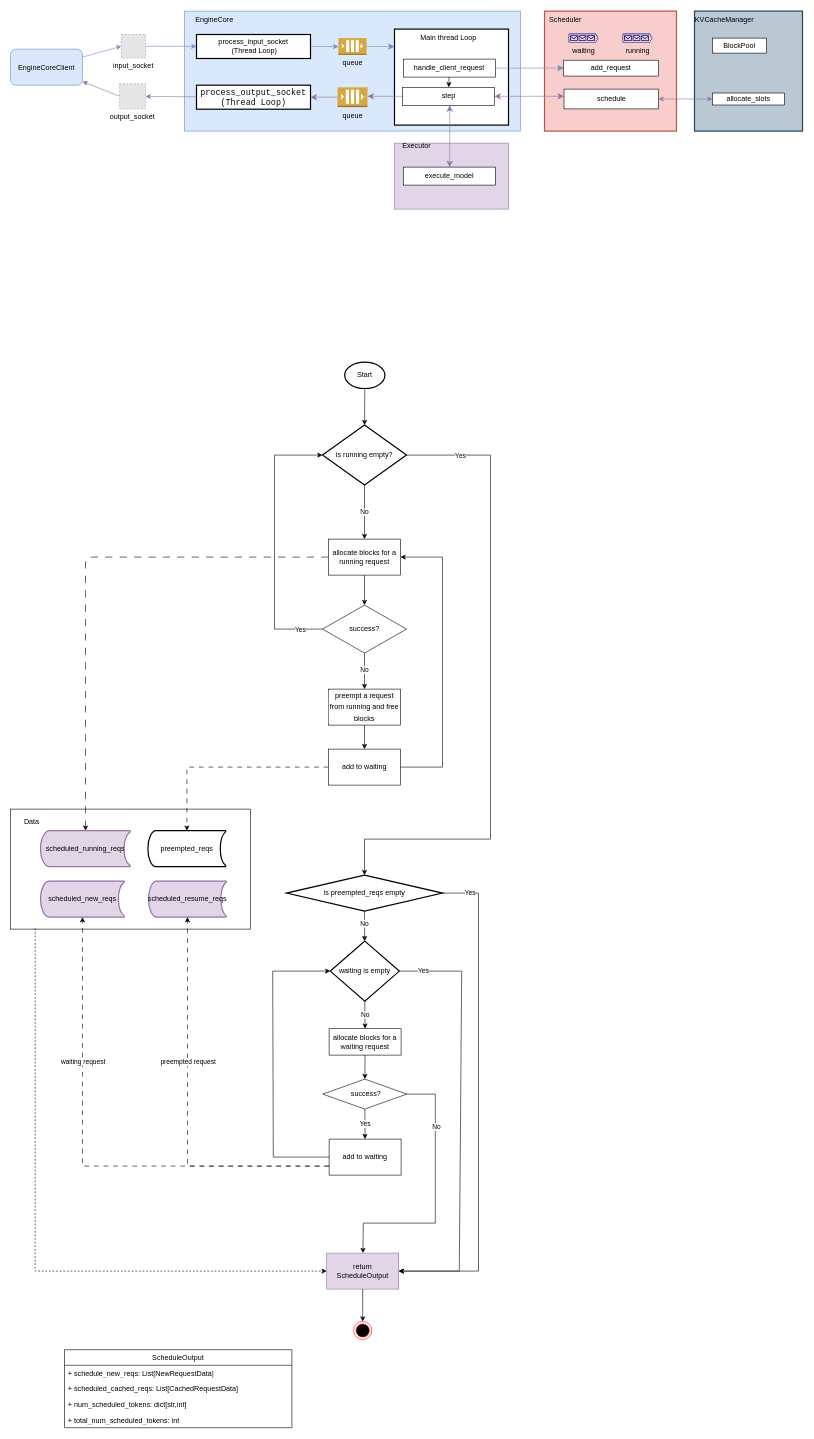
The draw.io diagram page "Scheduler" (4 of 13) of vllm/engine/vllm.drawio in chaojun-zhang/vllm, before the edit. Source tidied: cells renumbered, new cells numbered last; positions are measured from the earlier drawing's top-left corner, leaving out a move shared by most shapes. Both pictures are drawn from the tidied source at 60%, with x=0, y=0 at pixel (10, 11). Pictures stored in the file or linked from it are replaced by grey dashed boxes.
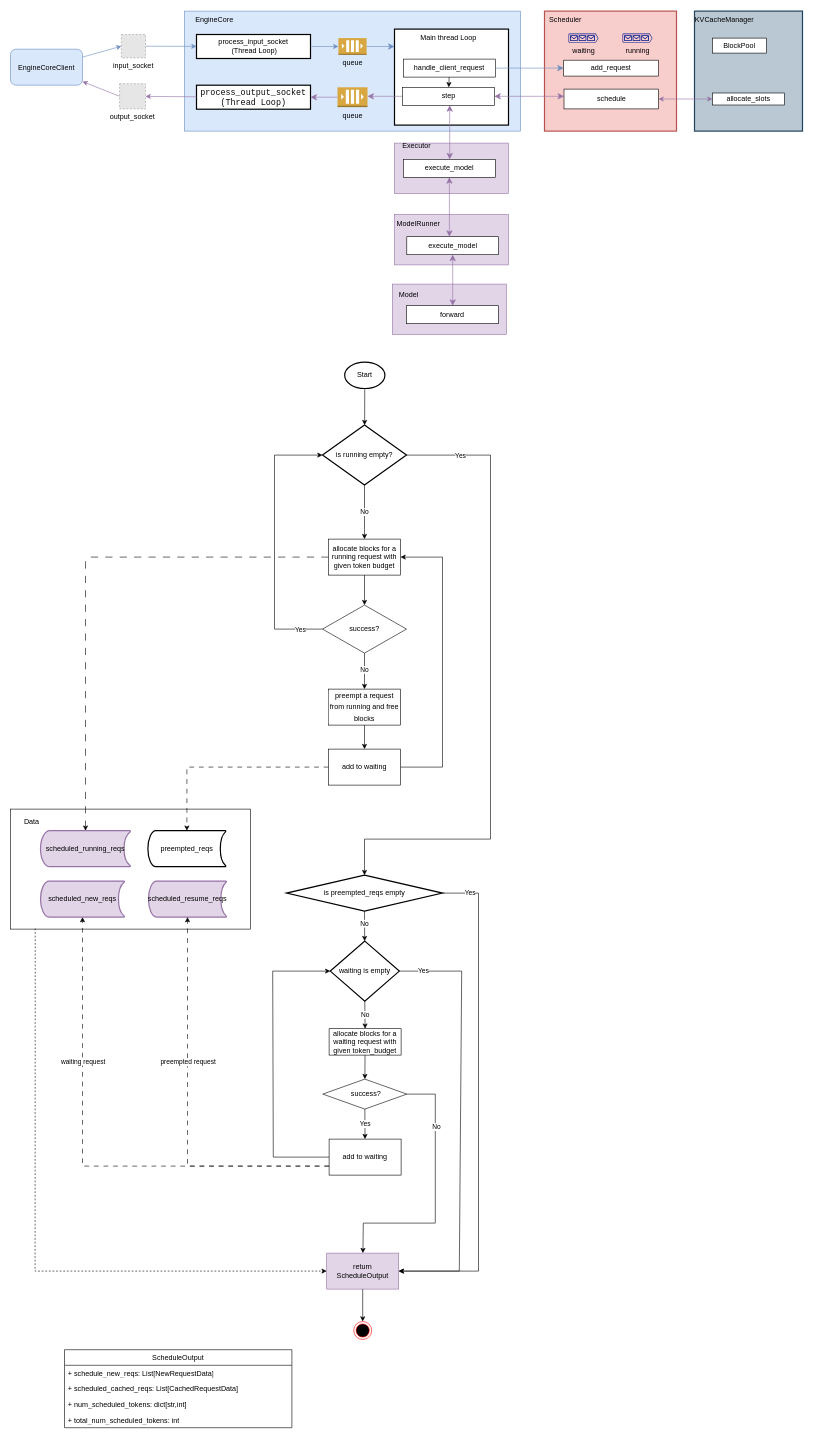
The same diagram, later.

Diff of the diagram source:
```diff
@@
     <mxCell id="3" style="rounded=0;whiteSpace=wrap;html=1;fillColor=#e1d5e7;strokeColor=#9673a6;" parent="1" vertex="1">
-      <mxGeometry x="640" y="220" width="190" height="110" as="geometry" />
+      <mxGeometry x="640" y="220" width="190" height="84" as="geometry" />
     </mxCell>
@@
     <mxCell id="42" value="&lt;div&gt;execute_model&lt;/div&gt;" style="rounded=0;whiteSpace=wrap;html=1;" parent="1" vertex="1">
-      <mxGeometry x="655" y="260" width="153" height="30" as="geometry" />
+      <mxGeometry x="655" y="247" width="153" height="30" as="geometry" />
     </mxCell>
-    <mxCell id="43" value="allocate blocks for a running request" style="rounded=0;whiteSpace=wrap;html=1;" parent="1" vertex="1">
+    <mxCell id="43" value="allocate blocks for a running request with given token budget" style="rounded=0;whiteSpace=wrap;html=1;" parent="1" vertex="1">
       <mxGeometry x="530" y="880" width="120" height="60" as="geometry" />
     </mxCell>
@@
-    <mxCell id="56" value="allocate blocks for a waiting request" style="rounded=0;whiteSpace=wrap;html=1;" parent="1" vertex="1">
+    <mxCell id="56" value="allocate blocks for a waiting request with given token_budget" style="rounded=0;whiteSpace=wrap;html=1;" parent="1" vertex="1">
       <mxGeometry x="531" y="1696" width="120" height="44" as="geometry" />
     </mxCell>
@@
+    <mxCell id="98" style="rounded=0;whiteSpace=wrap;html=1;fillColor=#e1d5e7;strokeColor=#9673a6;" parent="1" vertex="1">
+      <mxGeometry x="640" y="339" width="190" height="84" as="geometry" />
+    </mxCell>
+    <mxCell id="99" value="ModelRunner" style="text;html=1;align=center;verticalAlign=middle;whiteSpace=wrap;rounded=0;" parent="1" vertex="1">
+      <mxGeometry x="650" y="339" width="60" height="30" as="geometry" />
+    </mxCell>
+    <mxCell id="100" value="&lt;div&gt;execute_model&lt;/div&gt;" style="rounded=0;whiteSpace=wrap;html=1;" parent="1" vertex="1">
+      <mxGeometry x="660.5" y="376" width="153" height="30" as="geometry" />
+    </mxCell>
+    <mxCell id="101" style="edgeStyle=elbowEdgeStyle;elbow=horizontal;endArrow=classic;html=1;curved=0;rounded=0;endSize=8;startSize=8;startArrow=classic;startFill=1;fillColor=#e1d5e7;strokeColor=#9673a6;" parent="1" edge="1" source="42" target="100">
+      <mxGeometry relative="1" as="geometry">
+        <Array as="points">
+          <mxPoint x="715" y="260" />
+        </Array>
+      </mxGeometry>
+    </mxCell>
+    <mxCell id="102" style="rounded=0;whiteSpace=wrap;html=1;fillColor=#e1d5e7;strokeColor=#9673a6;" parent="1" vertex="1">
+      <mxGeometry x="636.5" y="455" width="190" height="84" as="geometry" />
+    </mxCell>
+    <mxCell id="103" value="Model" style="text;html=1;align=center;verticalAlign=middle;whiteSpace=wrap;rounded=0;" parent="1" vertex="1">
+      <mxGeometry x="634" y="458" width="60" height="30" as="geometry" />
+    </mxCell>
+    <mxCell id="104" value="&lt;div&gt;forward&lt;/div&gt;" style="rounded=0;whiteSpace=wrap;html=1;" parent="1" vertex="1">
+      <mxGeometry x="660" y="491" width="153" height="30" as="geometry" />
+    </mxCell>
+    <mxCell id="105" style="edgeStyle=elbowEdgeStyle;elbow=horizontal;endArrow=classic;html=1;curved=0;rounded=0;endSize=8;startSize=8;startArrow=classic;startFill=1;fillColor=#e1d5e7;strokeColor=#9673a6;" parent="1" edge="1" source="100" target="104">
+      <mxGeometry relative="1" as="geometry" />
+    </mxCell>
```
